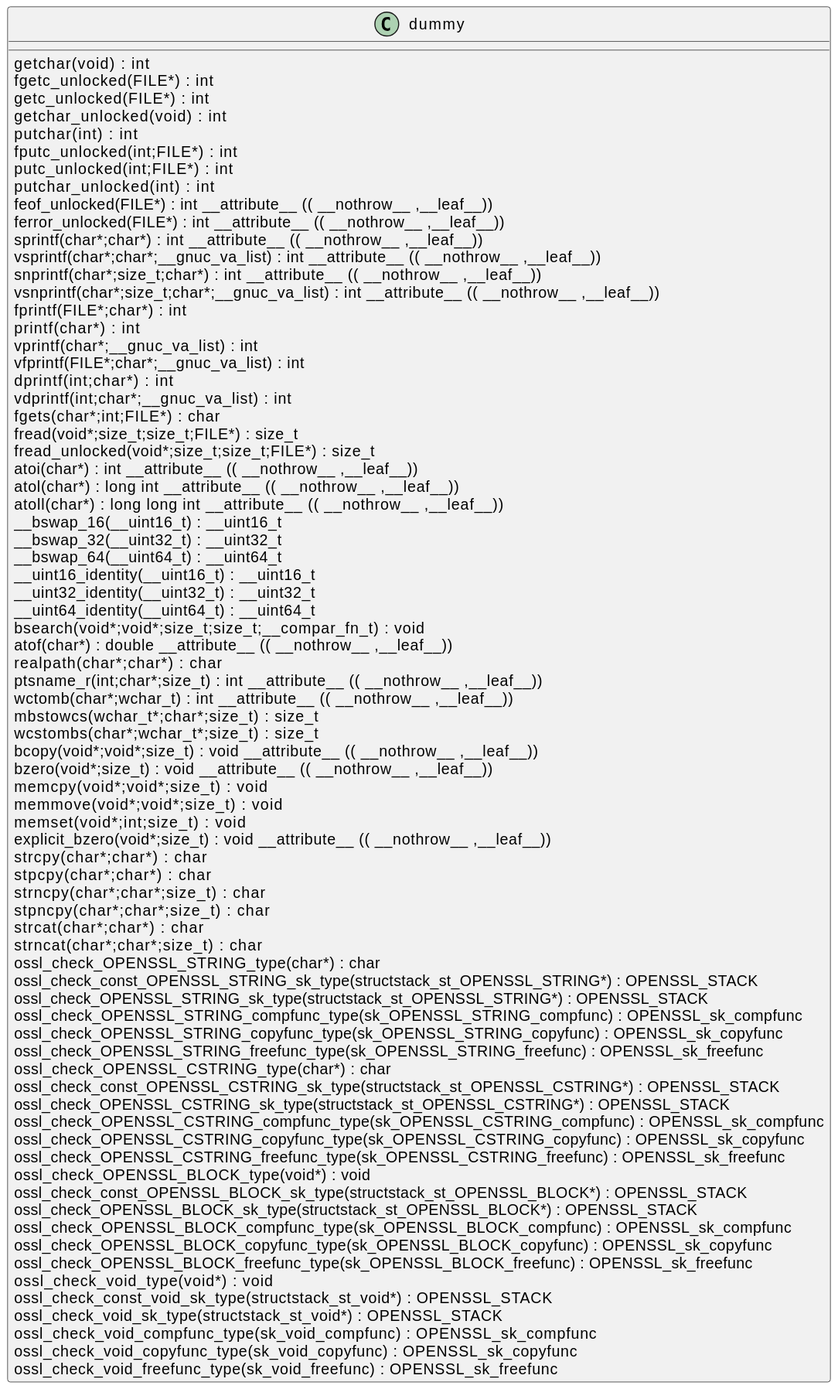
qualitesys/openssl keeps this PlantUML diagram as docs/qc/crypto/x509/v3_pmaps.c.svg. Above is the earlier version.
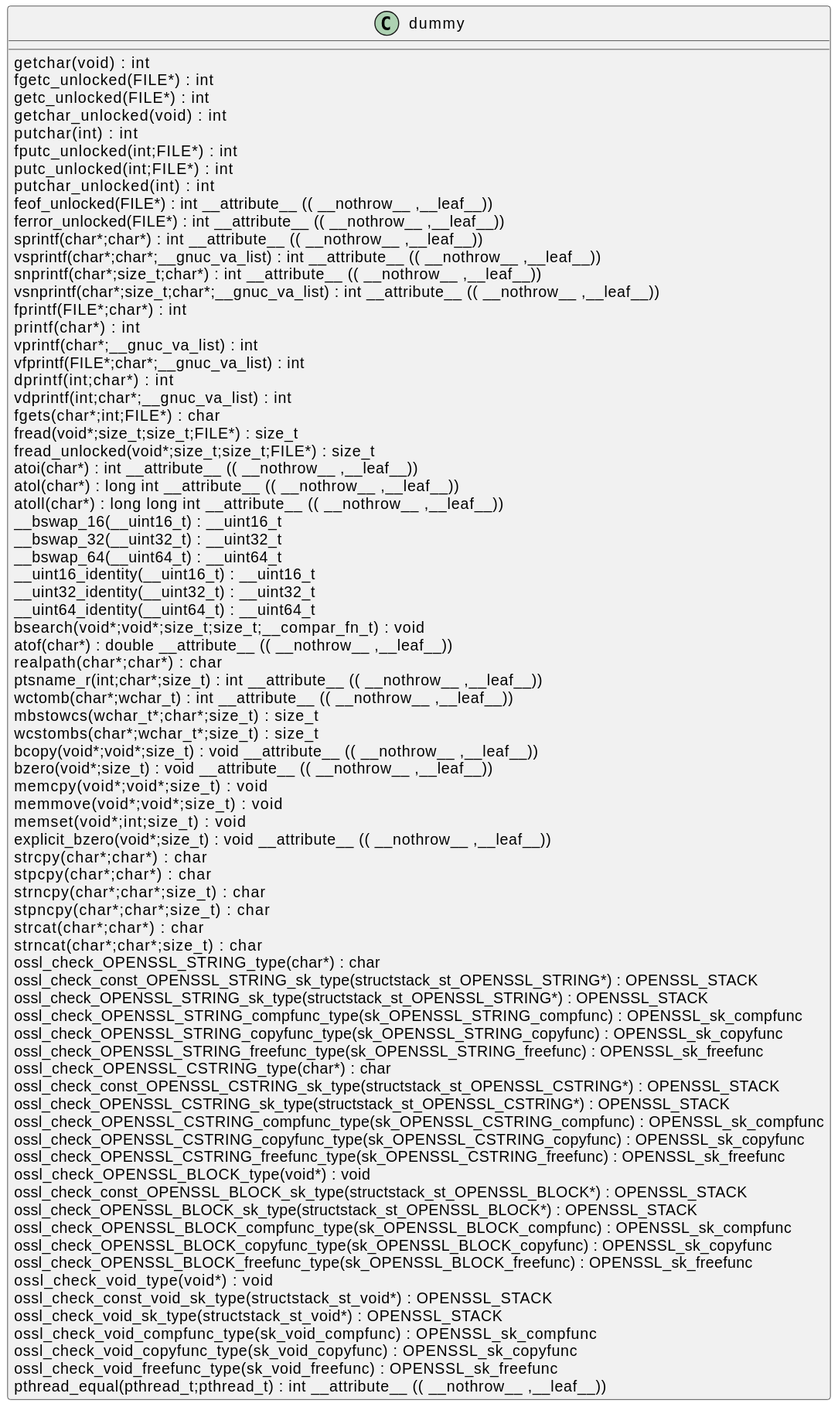
Later version of the same file.

Change to the diagram source:
```diff
@@ -76,5 +76,6 @@
 ossl_check_void_compfunc_type(sk_void_compfunc) : OPENSSL_sk_compfunc [[[./../../.././qc/crypto/x509/v3_pmaps.c.html#1]]]
 ossl_check_void_copyfunc_type(sk_void_copyfunc) : OPENSSL_sk_copyfunc [[[./../../.././qc/crypto/x509/v3_pmaps.c.html#1]]]
 ossl_check_void_freefunc_type(sk_void_freefunc) : OPENSSL_sk_freefunc [[[./../../.././qc/crypto/x509/v3_pmaps.c.html#1]]]
+pthread_equal(pthread_t;pthread_t) :  int  __attribute__ (( __nothrow__ ,__leaf__)) [[[./../../.././qc/crypto/x509/v3_pmaps.c.html#1]]]
 }
 @enduml
```
